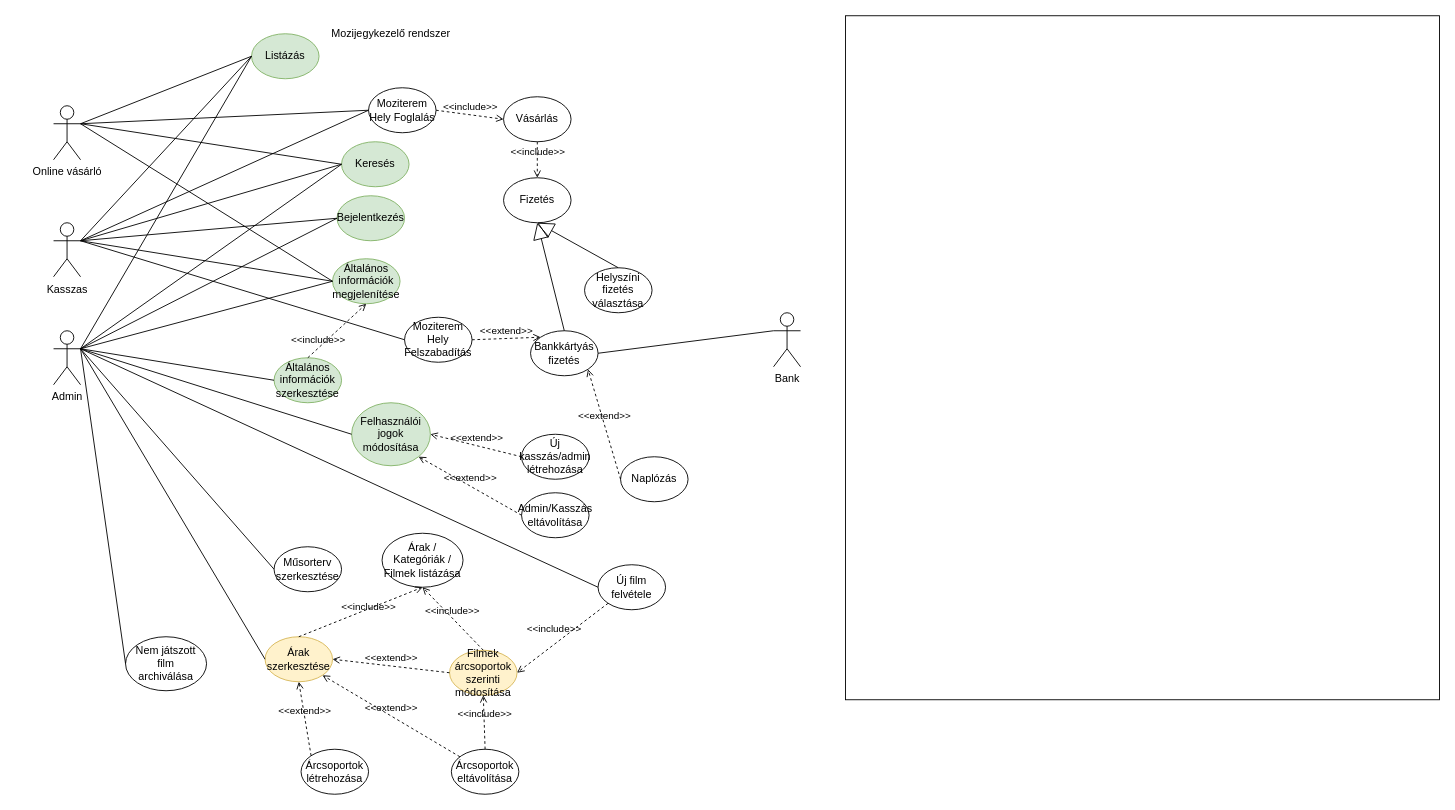
The draw.io diagram Mozijegykezelo.drawio in cskincses/Szoftttech, before the edit. Source tidied: cells renumbered, new cells numbered last; positions are measured from the earlier drawing's top-left corner, leaving out a move shared by most shapes. Both pictures are drawn from the tidied source at 90%, with x=0, y=0 at pixel (53, 15).
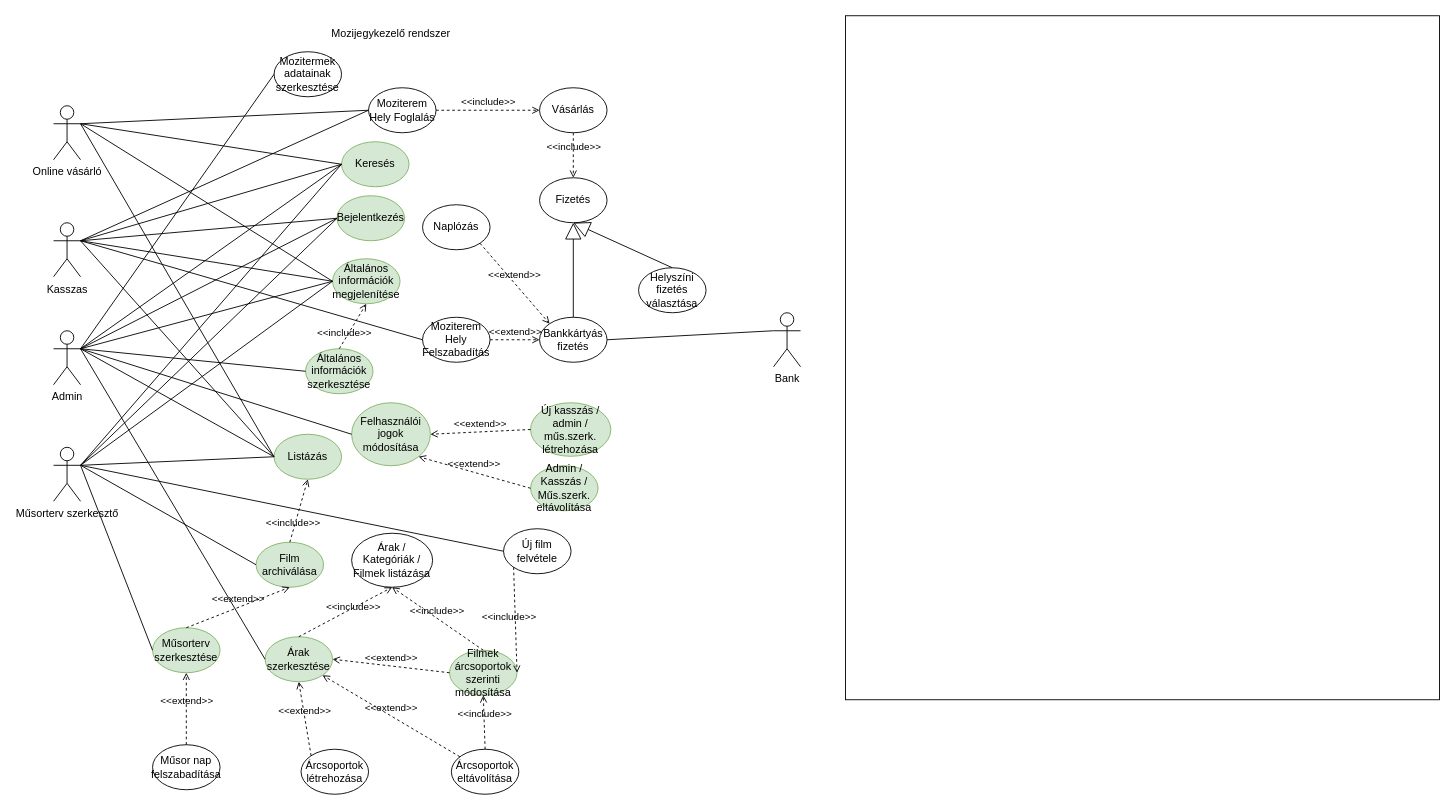
The same diagram, later.

Commit message (it also covers changes not shown here):
todays progress

Unchanged cells that the change refers to:
```xml
<mxCell id="5" value="Admin" style="shape=umlActor;verticalLabelPosition=bottom;verticalAlign=top;html=1;outlineConnect=0;" parent="1" vertex="1">
  <mxGeometry y="350" width="30" height="60" as="geometry" />
</mxCell>
<mxCell id="9" value="Keresés" style="ellipse;whiteSpace=wrap;html=1;fillColor=#d5e8d4;strokeColor=#82b366;" parent="1" vertex="1">
  <mxGeometry x="320" y="140" width="75" height="50" as="geometry" />
</mxCell>
<mxCell id="34" value="Bejelentkezés" style="ellipse;whiteSpace=wrap;html=1;fillColor=#d5e8d4;strokeColor=#82b366;" parent="1" vertex="1">
  <mxGeometry x="315" y="200" width="75" height="50" as="geometry" />
</mxCell>
<mxCell id="49" value="Általános információk megjelenítése" style="ellipse;whiteSpace=wrap;html=1;fillColor=#d5e8d4;strokeColor=#82b366;" parent="1" vertex="1">
  <mxGeometry x="310" y="270" width="75" height="50" as="geometry" />
</mxCell>
```

What changed in the source:
```diff
@@
     <mxCell id="7" value="Listázás" style="ellipse;whiteSpace=wrap;html=1;fillColor=#d5e8d4;strokeColor=#82b366;" parent="1" vertex="1">
-      <mxGeometry x="220" y="20" width="75" height="50" as="geometry" />
+      <mxGeometry x="245" y="465" width="75" height="50" as="geometry" />
     </mxCell>
     <mxCell id="8" value="Vásárlás" style="ellipse;whiteSpace=wrap;html=1;" parent="1" vertex="1">
-      <mxGeometry x="500" y="90" width="75" height="50" as="geometry" />
+      <mxGeometry x="540" y="80" width="75" height="50" as="geometry" />
     </mxCell>
@@
     <mxCell id="10" value="Új film felvétele" style="ellipse;whiteSpace=wrap;html=1;" parent="1" vertex="1">
-      <mxGeometry x="605" y="610" width="75" height="50" as="geometry" />
+      <mxGeometry x="500" y="570" width="75" height="50" as="geometry" />
     </mxCell>
-    <mxCell id="11" value="Műsorterv szerkesztése" style="ellipse;whiteSpace=wrap;html=1;" parent="1" vertex="1">
-      <mxGeometry x="245" y="590" width="75" height="50" as="geometry" />
+    <mxCell id="11" value="Műsorterv szerkesztése" style="ellipse;whiteSpace=wrap;html=1;fillColor=#d5e8d4;strokeColor=#82b366;" parent="1" vertex="1">
+      <mxGeometry x="110" y="680" width="75" height="50" as="geometry" />
     </mxCell>
     <mxCell id="12" value="Bankkártyás fizetés" style="ellipse;whiteSpace=wrap;html=1;" parent="1" vertex="1">
-      <mxGeometry x="530" y="350" width="75" height="50" as="geometry" />
+      <mxGeometry x="540" y="335" width="75" height="50" as="geometry" />
     </mxCell>
     <mxCell id="13" value="Helyszíni fizetés választása" style="ellipse;whiteSpace=wrap;html=1;" parent="1" vertex="1">
-      <mxGeometry x="590" y="280" width="75" height="50" as="geometry" />
+      <mxGeometry x="650" y="280" width="75" height="50" as="geometry" />
     </mxCell>
     <mxCell id="14" value="Naplózás" style="ellipse;whiteSpace=wrap;html=1;" parent="1" vertex="1">
-      <mxGeometry x="630" y="490" width="75" height="50" as="geometry" />
+      <mxGeometry x="410" y="210" width="75" height="50" as="geometry" />
     </mxCell>
     <mxCell id="15" value="Fizetés" style="ellipse;whiteSpace=wrap;html=1;" parent="1" vertex="1">
-      <mxGeometry x="500" y="180" width="75" height="50" as="geometry" />
+      <mxGeometry x="540" y="180" width="75" height="50" as="geometry" />
     </mxCell>
-    <mxCell id="16" value="Nem játszott film &lt;br&gt;archiválása" style="ellipse;whiteSpace=wrap;html=1;" parent="1" vertex="1">
-      <mxGeometry x="80" y="690" width="90" height="60" as="geometry" />
+    <mxCell id="16" value="Film&lt;br&gt;archiválása" style="ellipse;whiteSpace=wrap;html=1;fillColor=#d5e8d4;strokeColor=#82b366;" parent="1" vertex="1">
+      <mxGeometry x="225" y="585" width="75" height="50" as="geometry" />
     </mxCell>
-    <mxCell id="17" value="Árak szerkesztése" style="ellipse;whiteSpace=wrap;html=1;fillColor=#fff2cc;strokeColor=#d6b656;" parent="1" vertex="1">
+    <mxCell id="17" value="Árak szerkesztése" style="ellipse;whiteSpace=wrap;html=1;fillColor=#d5e8d4;strokeColor=#82b366;" parent="1" vertex="1">
       <mxGeometry x="235" y="690" width="75" height="50" as="geometry" />
     </mxCell>
     <mxCell id="18" value="Moziterem Hely Felszabadítás" style="ellipse;whiteSpace=wrap;html=1;" parent="1" vertex="1">
-      <mxGeometry x="390" y="335" width="75" height="50" as="geometry" />
+      <mxGeometry x="410" y="335" width="75" height="50" as="geometry" />
     </mxCell>
@@
-    <mxCell id="25" style="endArrow=none;html=1;entryX=0;entryY=0.5;entryDx=0;entryDy=0;exitX=1;exitY=0.3333333333333333;exitDx=0;exitDy=0;exitPerimeter=0;" parent="1" edge="1" source="5" target="10">
+    <mxCell id="25" style="endArrow=none;html=1;entryX=0;entryY=0.5;entryDx=0;entryDy=0;exitX=1;exitY=0.3333333333333333;exitDx=0;exitDy=0;exitPerimeter=0;" parent="1" edge="1" source="70" target="10">
       <mxGeometry relative="1" as="geometry" />
     </mxCell>
-    <mxCell id="26" style="endArrow=none;html=1;entryX=0;entryY=0.5;entryDx=0;entryDy=0;exitX=1;exitY=0.3333333333333333;exitDx=0;exitDy=0;exitPerimeter=0;" parent="1" edge="1" source="5" target="11">
-      <mxGeometry relative="1" as="geometry" />
-    </mxCell>
-    <mxCell id="27" style="endArrow=none;html=1;exitX=1;exitY=0.3333333333333333;exitDx=0;exitDy=0;exitPerimeter=0;entryX=0;entryY=0.5;entryDx=0;entryDy=0;" parent="1" edge="1" source="5" target="16">
+    <mxCell id="27" style="endArrow=none;html=1;exitX=1;exitY=0.3333333333333333;exitDx=0;exitDy=0;exitPerimeter=0;entryX=0;entryY=0.5;entryDx=0;entryDy=0;" parent="1" edge="1" source="70" target="16">
       <mxGeometry relative="1" as="geometry" />
     </mxCell>
@@
-    <mxCell id="29" value="&amp;lt;&amp;lt;extend&amp;gt;&amp;gt;" style="html=1;verticalAlign=bottom;labelBackgroundColor=none;endArrow=open;endFill=0;dashed=1;exitX=0;exitY=0.5;exitDx=0;exitDy=0;entryX=1;entryY=1;entryDx=0;entryDy=0;" parent="1" edge="1" source="14" target="12">
+    <mxCell id="29" value="&amp;lt;&amp;lt;extend&amp;gt;&amp;gt;" style="html=1;verticalAlign=bottom;labelBackgroundColor=none;endArrow=open;endFill=0;dashed=1;exitX=1;exitY=1;exitDx=0;exitDy=0;entryX=0;entryY=0;entryDx=0;entryDy=0;" parent="1" edge="1" source="14" target="12">
       <mxGeometry relative="1" as="geometry" />
     </mxCell>
@@
-    <mxCell id="40" value="Filmek árcsoportok szerinti módosítása" style="ellipse;whiteSpace=wrap;html=1;fillColor=#fff2cc;strokeColor=#d6b656;" parent="1" vertex="1">
+    <mxCell id="40" value="Filmek árcsoportok szerinti módosítása" style="ellipse;whiteSpace=wrap;html=1;fillColor=#d5e8d4;strokeColor=#82b366;" parent="1" vertex="1">
       <mxGeometry x="440" y="705" width="75" height="50" as="geometry" />
     </mxCell>
@@
-    <mxCell id="46" value="&amp;lt;&amp;lt;extend&amp;gt;&amp;gt;" style="html=1;verticalAlign=bottom;labelBackgroundColor=none;endArrow=open;endFill=0;dashed=1;entryX=0;entryY=0;entryDx=0;entryDy=0;exitX=1;exitY=0.5;exitDx=0;exitDy=0;" parent="1" edge="1" source="18" target="12">
+    <mxCell id="46" value="&amp;lt;&amp;lt;extend&amp;gt;&amp;gt;" style="html=1;verticalAlign=bottom;labelBackgroundColor=none;endArrow=open;endFill=0;dashed=1;entryX=0;entryY=0.5;entryDx=0;entryDy=0;exitX=1;exitY=0.5;exitDx=0;exitDy=0;" parent="1" edge="1" source="18" target="12">
       <mxGeometry relative="1" as="geometry" />
     </mxCell>
     <mxCell id="47" value="Általános információk szerkesztése" style="ellipse;whiteSpace=wrap;html=1;fillColor=#d5e8d4;strokeColor=#82b366;" parent="1" vertex="1">
-      <mxGeometry x="245" y="380" width="75" height="50" as="geometry" />
+      <mxGeometry x="280" y="370" width="75" height="50" as="geometry" />
     </mxCell>
@@
     <mxCell id="56" value="Árak / Kategóriák / Filmek listázása" style="ellipse;whiteSpace=wrap;html=1;" parent="1" vertex="1">
-      <mxGeometry x="365" y="575" width="90" height="60" as="geometry" />
+      <mxGeometry x="331.2" y="575" width="90" height="60" as="geometry" />
     </mxCell>
@@
-    <mxCell id="63" value="Új kasszás/admin létrehozása" style="ellipse;whiteSpace=wrap;html=1;" parent="1" vertex="1">
-      <mxGeometry x="520" y="465" width="75" height="50" as="geometry" />
+    <mxCell id="63" value="Új kasszás / admin / műs.szerk. létrehozása" style="ellipse;whiteSpace=wrap;html=1;fillColor=#d5e8d4;strokeColor=#82b366;" parent="1" vertex="1">
+      <mxGeometry x="530" y="430" width="89.2" height="59.5" as="geometry" />
     </mxCell>
@@
-    <mxCell id="65" value="Admin/Kasszás eltávolítása" style="ellipse;whiteSpace=wrap;html=1;" parent="1" vertex="1">
-      <mxGeometry x="520" y="530" width="75" height="50" as="geometry" />
+    <mxCell id="65" value="Admin / Kasszás / Műs.szerk. eltávolítása" style="ellipse;whiteSpace=wrap;html=1;fillColor=#d5e8d4;strokeColor=#82b366;" parent="1" vertex="1">
+      <mxGeometry x="530" y="500" width="75" height="50" as="geometry" />
     </mxCell>
@@
+    <mxCell id="68" value="&amp;lt;&amp;lt;include&amp;gt;&amp;gt;" style="html=1;verticalAlign=bottom;labelBackgroundColor=none;endArrow=open;endFill=0;dashed=1;exitX=0.5;exitY=0;exitDx=0;exitDy=0;entryX=0.5;entryY=1;entryDx=0;entryDy=0;" parent="1" edge="1" source="16" target="7">
+      <mxGeometry x="-0.64" relative="1" as="geometry" />
+    </mxCell>
+    <mxCell id="69" value="&amp;lt;&amp;lt;extend&amp;gt;&amp;gt;" style="html=1;verticalAlign=bottom;labelBackgroundColor=none;endArrow=open;endFill=0;dashed=1;entryX=0.5;entryY=1;entryDx=0;entryDy=0;exitX=0.5;exitY=0;exitDx=0;exitDy=0;" parent="1" edge="1" source="11" target="16">
+      <mxGeometry relative="1" as="geometry" />
+    </mxCell>
+    <mxCell id="70" value="Műsorterv szerkesztő" style="shape=umlActor;verticalLabelPosition=bottom;verticalAlign=top;html=1;outlineConnect=0;" parent="1" vertex="1">
+      <mxGeometry y="479.5" width="30" height="60" as="geometry" />
+    </mxCell>
+    <mxCell id="71" style="endArrow=none;html=1;entryX=0;entryY=0.5;entryDx=0;entryDy=0;exitX=1;exitY=0.3333333333333333;exitDx=0;exitDy=0;exitPerimeter=0;" parent="1" edge="1" source="70" target="34">
+      <mxGeometry relative="1" as="geometry" />
+    </mxCell>
+    <mxCell id="72" style="endArrow=none;html=1;entryX=0;entryY=0.5;entryDx=0;entryDy=0;exitX=1;exitY=0.3333333333333333;exitDx=0;exitDy=0;exitPerimeter=0;" parent="1" edge="1" source="70" target="11">
+      <mxGeometry relative="1" as="geometry" />
+    </mxCell>
+    <mxCell id="73" style="endArrow=none;html=1;exitX=1;exitY=0.3333333333333333;exitDx=0;exitDy=0;exitPerimeter=0;entryX=0;entryY=0.5;entryDx=0;entryDy=0;" parent="1" edge="1" source="70" target="7">
+      <mxGeometry relative="1" as="geometry" />
+    </mxCell>
+    <mxCell id="74" style="endArrow=none;html=1;entryX=0;entryY=0.5;entryDx=0;entryDy=0;exitX=1;exitY=0.3333333333333333;exitDx=0;exitDy=0;exitPerimeter=0;" parent="1" edge="1" source="70" target="9">
+      <mxGeometry relative="1" as="geometry" />
+    </mxCell>
+    <mxCell id="75" style="endArrow=none;html=1;exitX=1;exitY=0.3333333333333333;exitDx=0;exitDy=0;exitPerimeter=0;entryX=0;entryY=0.5;entryDx=0;entryDy=0;" parent="1" edge="1" source="70" target="49">
+      <mxGeometry relative="1" as="geometry" />
+    </mxCell>
+    <mxCell id="76" value="Mozitermek adatainak szerkesztése" style="ellipse;whiteSpace=wrap;html=1;" parent="1" vertex="1">
+      <mxGeometry x="245" y="40" width="75" height="50" as="geometry" />
+    </mxCell>
+    <mxCell id="77" style="endArrow=none;html=1;entryX=0;entryY=0.5;entryDx=0;entryDy=0;exitX=1;exitY=0.3333333333333333;exitDx=0;exitDy=0;exitPerimeter=0;" parent="1" edge="1" source="5" target="76">
+      <mxGeometry relative="1" as="geometry" />
+    </mxCell>
+    <mxCell id="78" value="Műsor nap felszabadítása" style="ellipse;whiteSpace=wrap;html=1;" parent="1" vertex="1">
+      <mxGeometry x="110" y="810" width="75" height="50" as="geometry" />
+    </mxCell>
+    <mxCell id="79" value="&amp;lt;&amp;lt;extend&amp;gt;&amp;gt;" style="html=1;verticalAlign=bottom;labelBackgroundColor=none;endArrow=open;endFill=0;dashed=1;entryX=0.5;entryY=1;entryDx=0;entryDy=0;exitX=0.5;exitY=0;exitDx=0;exitDy=0;" parent="1" edge="1" source="78" target="11">
+      <mxGeometry relative="1" as="geometry" />
+    </mxCell>
```
